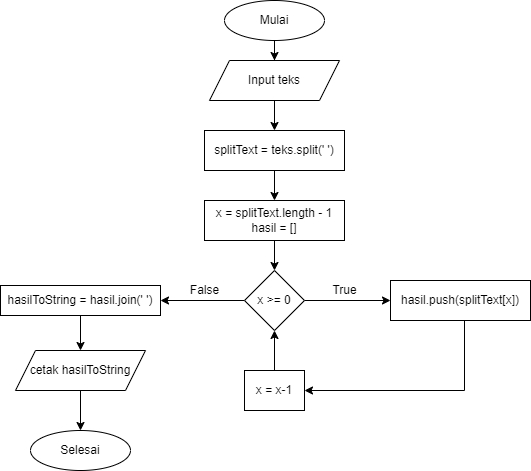
This is Tugas 2/reverse dan palindrom-Reverse.drawio.png from taufik17/Pijar_Camp, a draw.io export, as it was before one commit. Source tidied: cells renumbered, new cells last; positions are measured from the earlier drawing's top-left corner, leaving out a move shared by most shapes.
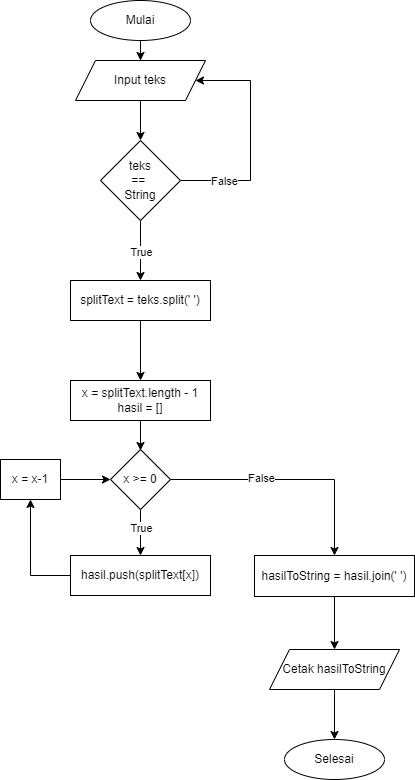
Above is the later version.

Change to the diagram source:
```diff
@@ -6,71 +6,97 @@
       <mxGeometry relative="1" as="geometry" />
     </mxCell>
     <mxCell id="3" value="Mulai" style="ellipse;whiteSpace=wrap;html=1;" parent="1" vertex="1">
-      <mxGeometry x="224" width="100" height="40" as="geometry" />
+      <mxGeometry x="50" y="40" width="100" height="40" as="geometry" />
     </mxCell>
     <mxCell id="4" value="Selesai" style="ellipse;whiteSpace=wrap;html=1;" parent="1" vertex="1">
-      <mxGeometry x="30" y="430" width="100" height="40" as="geometry" />
+      <mxGeometry x="244" y="779" width="100" height="40" as="geometry" />
     </mxCell>
-    <mxCell id="5" style="edgeStyle=orthogonalEdgeStyle;rounded=0;jettySize=auto;html=1;" parent="1" edge="1" source="6" target="8">
-      <mxGeometry relative="1" as="geometry" />
-    </mxCell>
+    <mxCell id="24" style="edgeStyle=orthogonalEdgeStyle;rounded=0;jettySize=auto;html=1;" parent="1" edge="1" source="6" target="35">
+      <mxGeometry relative="1" as="geometry" />
+    </mxCell>
     <mxCell id="6" value="Input teks" style="shape=parallelogram;perimeter=parallelogramPerimeter;whiteSpace=wrap;html=1;fixedSize=1;" parent="1" vertex="1">
-      <mxGeometry x="209" y="60" width="130" height="40" as="geometry" />
+      <mxGeometry x="35" y="100" width="130" height="40" as="geometry" />
     </mxCell>
     <mxCell id="7" style="edgeStyle=orthogonalEdgeStyle;rounded=0;jettySize=auto;html=1;" parent="1" edge="1" source="8" target="10">
       <mxGeometry relative="1" as="geometry" />
     </mxCell>
     <mxCell id="8" value="splitText = teks.split(' ')" style="rounded=0;whiteSpace=wrap;html=1;" parent="1" vertex="1">
-      <mxGeometry x="204" y="130" width="140" height="40" as="geometry" />
+      <mxGeometry x="30" y="320" width="140" height="40" as="geometry" />
     </mxCell>
-    <mxCell id="9" style="edgeStyle=orthogonalEdgeStyle;rounded=0;jettySize=auto;html=1;" parent="1" edge="1" source="10" target="13">
-      <mxGeometry relative="1" as="geometry" />
-    </mxCell>
+    <mxCell id="25" style="edgeStyle=orthogonalEdgeStyle;rounded=0;jettySize=auto;html=1;" parent="1" edge="1" source="10">
+      <mxGeometry relative="1" as="geometry">
+        <mxPoint x="100" y="490" as="targetPoint" />
+      </mxGeometry>
+    </mxCell>
     <mxCell id="10" value="x = splitText.length - 1&lt;br&gt;hasil = []" style="rounded=0;whiteSpace=wrap;html=1;" parent="1" vertex="1">
-      <mxGeometry x="204" y="200" width="140" height="40" as="geometry" />
+      <mxGeometry x="30" y="420" width="140" height="40" as="geometry" />
     </mxCell>
+    <mxCell id="26" style="edgeStyle=orthogonalEdgeStyle;rounded=0;jettySize=auto;html=1;entryX=0.5;entryY=0;entryDx=0;entryDy=0;" parent="1" edge="1" source="27" target="4">
+      <mxGeometry relative="1" as="geometry" />
+    </mxCell>
+    <mxCell id="27" value="Cetak hasilToString" style="shape=parallelogram;perimeter=parallelogramPerimeter;whiteSpace=wrap;html=1;fixedSize=1;" parent="1" vertex="1">
+      <mxGeometry x="229" y="689" width="130" height="40" as="geometry" />
+    </mxCell>
+    <mxCell id="12" style="edgeStyle=orthogonalEdgeStyle;rounded=0;jettySize=auto;html=1;" parent="1" edge="1" source="13" target="15">
+      <mxGeometry relative="1" as="geometry" />
+    </mxCell>
+    <mxCell id="28" value="True" style="edgeLabel;html=1;align=center;verticalAlign=middle;" parent="12" vertex="1">
+      <mxGeometry x="-0.23" relative="1" as="geometry" />
+    </mxCell>
     <mxCell id="11" style="edgeStyle=orthogonalEdgeStyle;rounded=0;jettySize=auto;html=1;" parent="1" edge="1" source="13" target="19">
       <mxGeometry relative="1" as="geometry" />
     </mxCell>
-    <mxCell id="12" style="edgeStyle=orthogonalEdgeStyle;rounded=0;jettySize=auto;html=1;" parent="1" edge="1" source="13" target="15">
-      <mxGeometry relative="1" as="geometry" />
-    </mxCell>
+    <mxCell id="29" value="False" style="edgeLabel;html=1;align=center;verticalAlign=middle;" parent="11" vertex="1">
+      <mxGeometry x="-0.26" y="2" relative="1" as="geometry" />
+    </mxCell>
     <mxCell id="13" value="x &amp;gt;= 0" style="rhombus;whiteSpace=wrap;html=1;" parent="1" vertex="1">
-      <mxGeometry x="244" y="270" width="60" height="60" as="geometry" />
+      <mxGeometry x="70" y="489" width="60" height="60" as="geometry" />
     </mxCell>
-    <mxCell id="14" style="edgeStyle=orthogonalEdgeStyle;rounded=0;jettySize=auto;html=1;" parent="1" edge="1" source="15" target="17">
-      <mxGeometry relative="1" as="geometry">
-        <Array as="points">
-          <mxPoint x="464" y="390" />
-        </Array>
-      </mxGeometry>
+    <mxCell id="14" style="edgeStyle=orthogonalEdgeStyle;rounded=0;jettySize=auto;html=1;entryX=0.5;entryY=1;entryDx=0;entryDy=0;" parent="1" edge="1" source="15" target="17">
+      <mxGeometry relative="1" as="geometry" />
     </mxCell>
     <mxCell id="15" value="hasil.push(splitText[x])" style="rounded=0;whiteSpace=wrap;html=1;" parent="1" vertex="1">
-      <mxGeometry x="390" y="280" width="140" height="40" as="geometry" />
+      <mxGeometry x="30" y="595" width="140" height="40" as="geometry" />
     </mxCell>
-    <mxCell id="16" style="edgeStyle=orthogonalEdgeStyle;rounded=0;jettySize=auto;html=1;" parent="1" edge="1" source="17" target="13">
-      <mxGeometry relative="1" as="geometry" />
+    <mxCell id="16" style="edgeStyle=orthogonalEdgeStyle;rounded=0;jettySize=auto;html=1;exitX=0.5;exitY=0;exitDx=0;exitDy=0;" parent="1" edge="1" source="17" target="13">
+      <mxGeometry relative="1" as="geometry">
+        <Array as="points">
+          <mxPoint x="-10" y="519" />
+        </Array>
+      </mxGeometry>
     </mxCell>
     <mxCell id="17" value="x = x-1" style="rounded=0;whiteSpace=wrap;html=1;" parent="1" vertex="1">
-      <mxGeometry x="244" y="370" width="60" height="40" as="geometry" />
+      <mxGeometry x="-40" y="499" width="60" height="40" as="geometry" />
     </mxCell>
-    <mxCell id="18" style="edgeStyle=orthogonalEdgeStyle;rounded=0;jettySize=auto;html=1;" parent="1" edge="1" source="19" target="23">
-      <mxGeometry relative="1" as="geometry" />
-    </mxCell>
+    <mxCell id="30" style="edgeStyle=orthogonalEdgeStyle;rounded=0;jettySize=auto;html=1;entryX=0.5;entryY=0;entryDx=0;entryDy=0;" parent="1" edge="1" source="19" target="27">
+      <mxGeometry relative="1" as="geometry" />
+    </mxCell>
     <mxCell id="19" value="hasilToString = hasil.join(' ')" style="whiteSpace=wrap;html=1;" parent="1" vertex="1">
-      <mxGeometry y="285" width="160" height="30" as="geometry" />
+      <mxGeometry x="214" y="595" width="160" height="41" as="geometry" />
     </mxCell>
-    <mxCell id="20" value="True" style="text;html=1;align=center;verticalAlign=middle;strokeColor=none;fillColor=none;" parent="1" vertex="1">
-      <mxGeometry x="324" y="280" width="40" height="20" as="geometry" />
-    </mxCell>
-    <mxCell id="21" value="False" style="text;html=1;align=center;verticalAlign=middle;strokeColor=none;fillColor=none;" parent="1" vertex="1">
-      <mxGeometry x="184" y="280" width="40" height="20" as="geometry" />
-    </mxCell>
-    <mxCell id="22" style="edgeStyle=orthogonalEdgeStyle;rounded=0;jettySize=auto;html=1;" parent="1" edge="1" source="23" target="4">
-      <mxGeometry relative="1" as="geometry" />
-    </mxCell>
-    <mxCell id="23" value="cetak hasilToString" style="shape=parallelogram;perimeter=parallelogramPerimeter;whiteSpace=wrap;html=1;fixedSize=1;" parent="1" vertex="1">
-      <mxGeometry x="15" y="350" width="130" height="40" as="geometry" />
-    </mxCell>
+    <mxCell id="31" style="edgeStyle=orthogonalEdgeStyle;rounded=0;jettySize=auto;html=1;exitX=0.5;exitY=1;exitDx=0;exitDy=0;entryX=0.5;entryY=0;entryDx=0;entryDy=0;" parent="1" edge="1" source="35">
+      <mxGeometry relative="1" as="geometry">
+        <mxPoint x="100" y="320" as="targetPoint" />
+      </mxGeometry>
+    </mxCell>
+    <mxCell id="32" value="True" style="edgeLabel;html=1;align=center;verticalAlign=middle;" parent="31" vertex="1">
+      <mxGeometry x="-0.36" relative="1" as="geometry">
+        <mxPoint y="11" as="offset" />
+      </mxGeometry>
+    </mxCell>
+    <mxCell id="33" style="edgeStyle=orthogonalEdgeStyle;rounded=0;jettySize=auto;html=1;entryX=1;entryY=0.5;entryDx=0;entryDy=0;" parent="1" edge="1" source="35" target="6">
+      <mxGeometry relative="1" as="geometry">
+        <Array as="points">
+          <mxPoint x="210" y="220" />
+          <mxPoint x="210" y="120" />
+        </Array>
+      </mxGeometry>
+    </mxCell>
+    <mxCell id="34" value="False" style="edgeLabel;html=1;align=center;verticalAlign=middle;" parent="33" vertex="1">
+      <mxGeometry x="-0.61" relative="1" as="geometry" />
+    </mxCell>
+    <mxCell id="35" value="teks&lt;br&gt;== &lt;br&gt;String" style="rhombus;whiteSpace=wrap;html=1;" parent="1" vertex="1">
+      <mxGeometry x="60" y="180" width="80" height="80" as="geometry" />
+    </mxCell>
   </root>
 </mxGraphModel>
```
